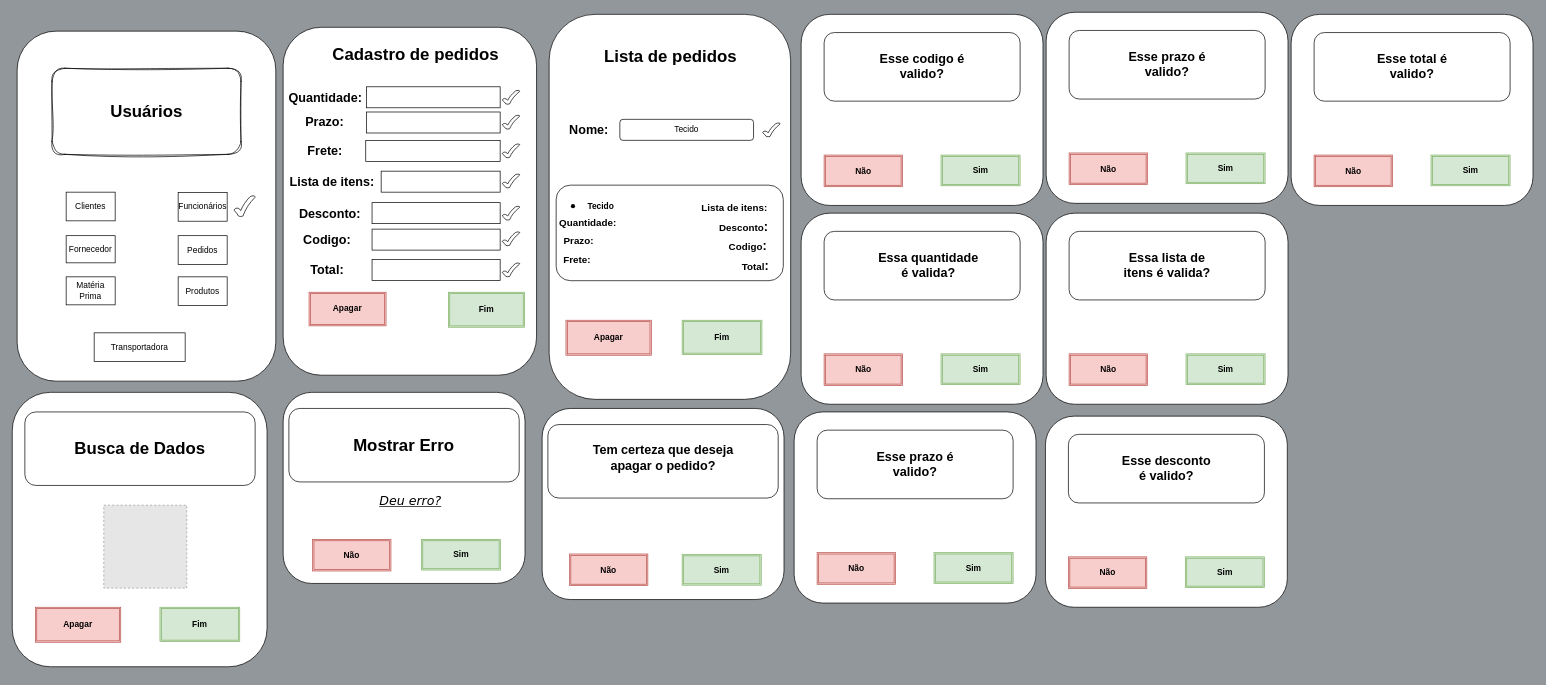
jeangustavoo/diagrama keeps this draw.io diagram as page "Página-12" (12 of 14) of DOC/FLUXOGRAMA.DRAWIO. Above is the earlier version. Source tidied: cells renumbered, new cells numbered last; positions are measured from the earlier drawing's top-left corner, leaving out a move shared by most shapes. Both pictures are drawn from the tidied source at 70%, with x=0, y=0 at pixel (12, 12). Pictures stored in the file or linked from it are replaced by grey dashed boxes.
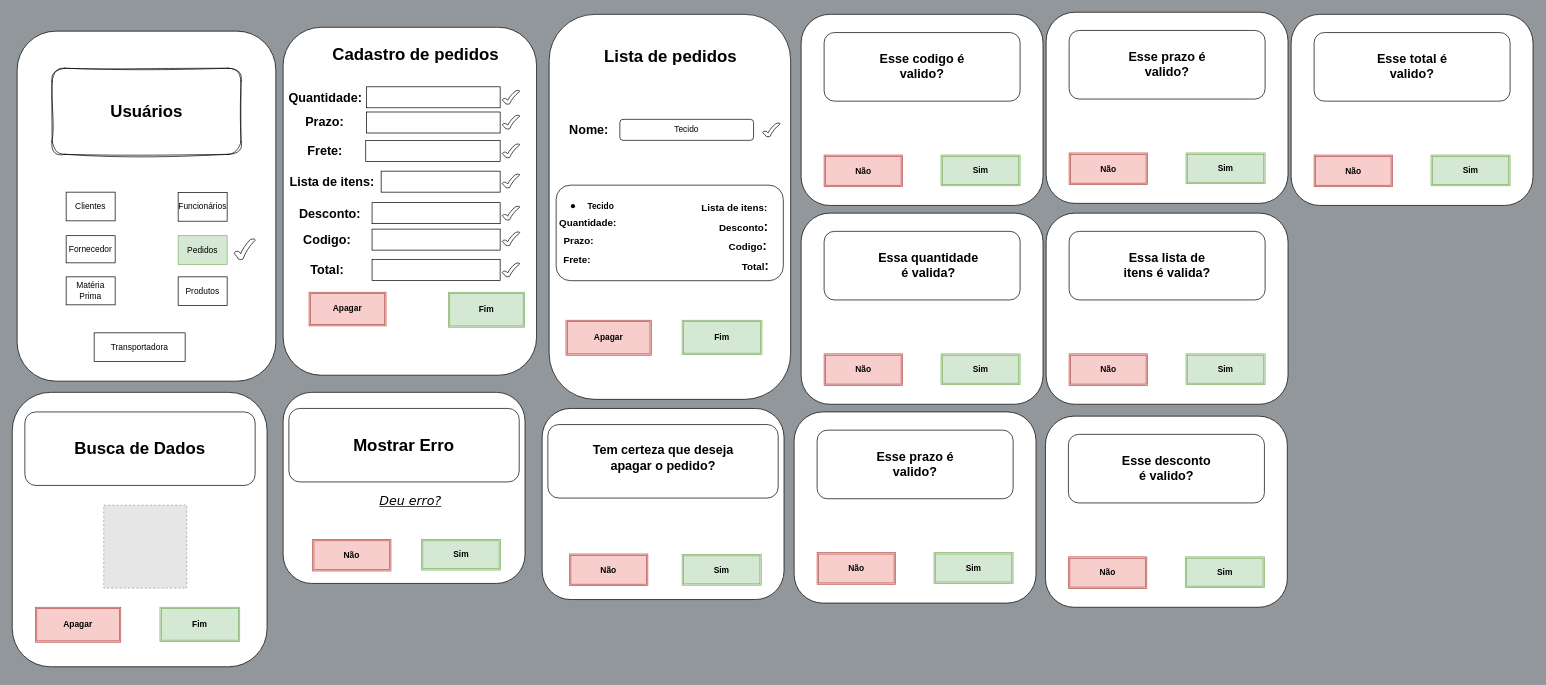
The same diagram, later.

What changed in the source:
```diff
@@
-    <mxCell id="47" value="Pedidos" style="rounded=0;whiteSpace=wrap;html=1;" parent="1" vertex="1">
+    <mxCell id="47" value="Pedidos" style="rounded=0;whiteSpace=wrap;html=1;fillColor=#d5e8d4;strokeColor=#82b366;" parent="1" vertex="1">
       <mxGeometry x="237" y="319.2" width="70" height="41" as="geometry" />
     </mxCell>
@@
     <mxCell id="50" style="verticalLabelPosition=bottom;verticalAlign=top;html=1;shape=mxgraph.basic.tick;" parent="1" vertex="1">
-      <mxGeometry x="317" y="262" width="30" height="30" as="geometry" />
+      <mxGeometry x="317" y="323.6" width="30" height="30" as="geometry" />
     </mxCell>
```
